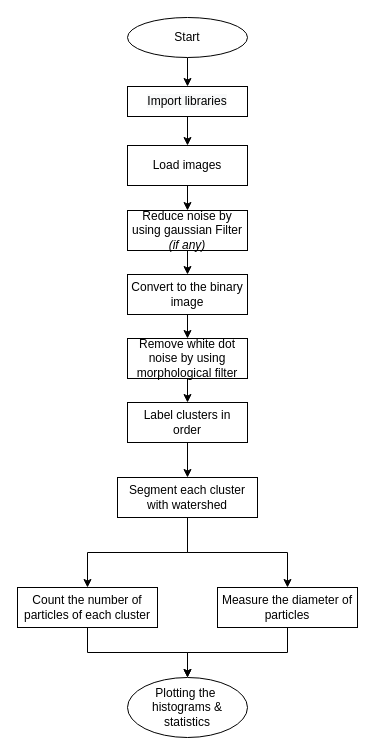
baotriet/OIP_FinalProject keeps this draw.io diagram as OIP final project Group 5.drawio. Above is the earlier version. Source tidied: cells renumbered, new cells numbered last; positions are measured from the earlier drawing's top-left corner, leaving out a move shared by most shapes. Both pictures are drawn from the tidied source at 100%, with x=0, y=0 at pixel (17, 17).
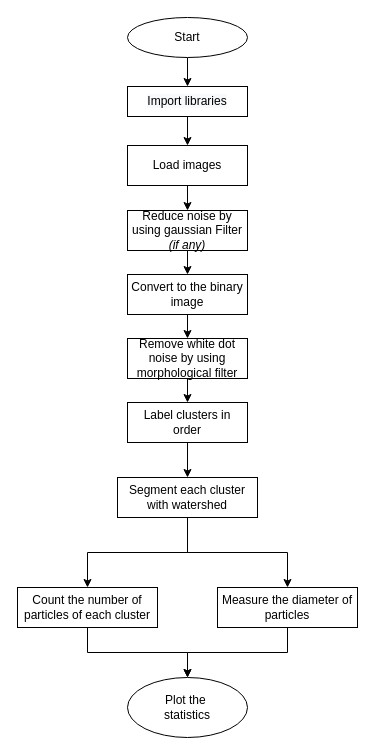
Above is the later version.

The edit, as a diff of the source:
```diff
@@
-    <mxCell id="14" value="Plotting the&amp;nbsp;&lt;br&gt;histograms &amp;amp; statistics" style="ellipse;whiteSpace=wrap;html=1;" parent="1" vertex="1">
+    <mxCell id="14" value="Plot the&amp;nbsp;&lt;br&gt;statistics" style="ellipse;whiteSpace=wrap;html=1;" parent="1" vertex="1">
       <mxGeometry x="110" y="660" width="120" height="60" as="geometry" />
     </mxCell>
```
